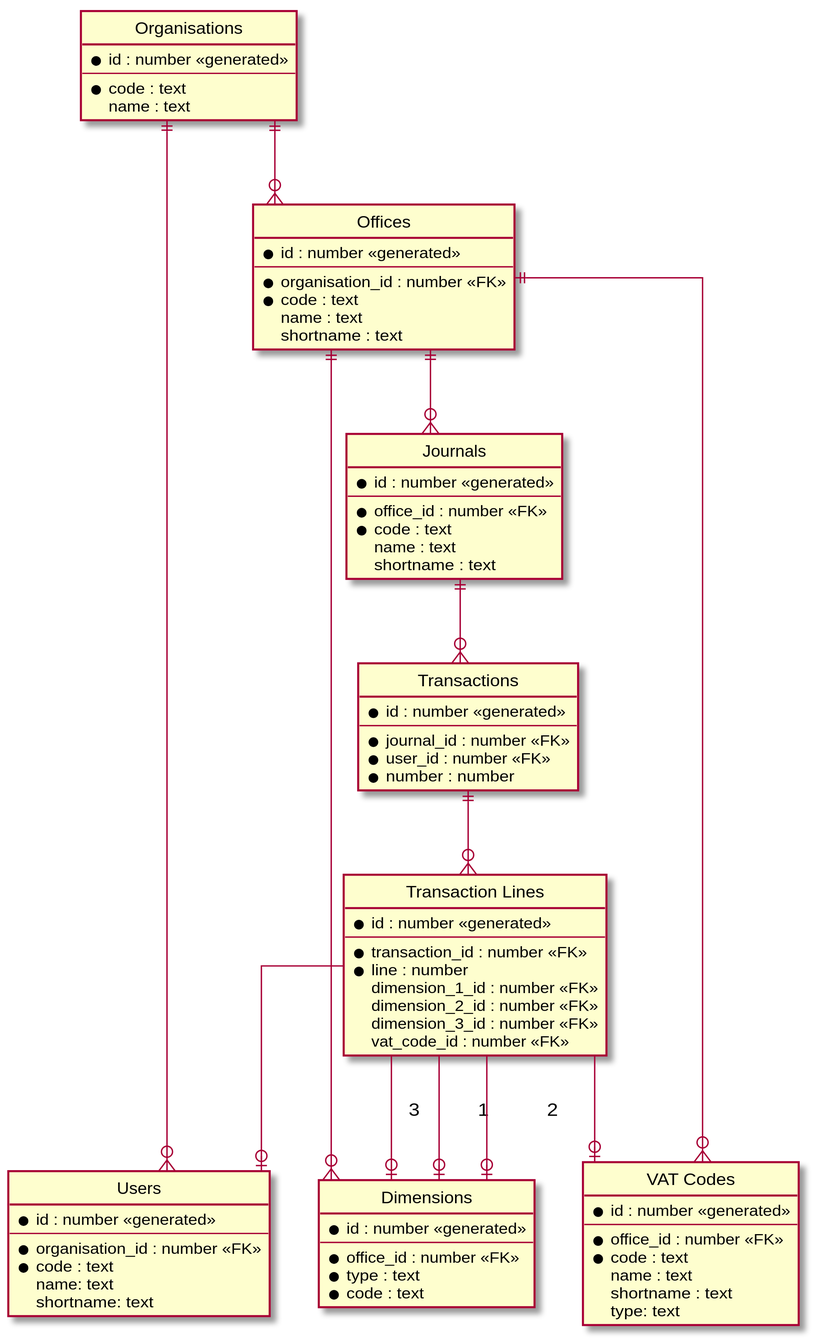
This is documentation/diagram.svg from wp-twinfield/wp-twinfield, a PlantUML export, as it was before one commit.
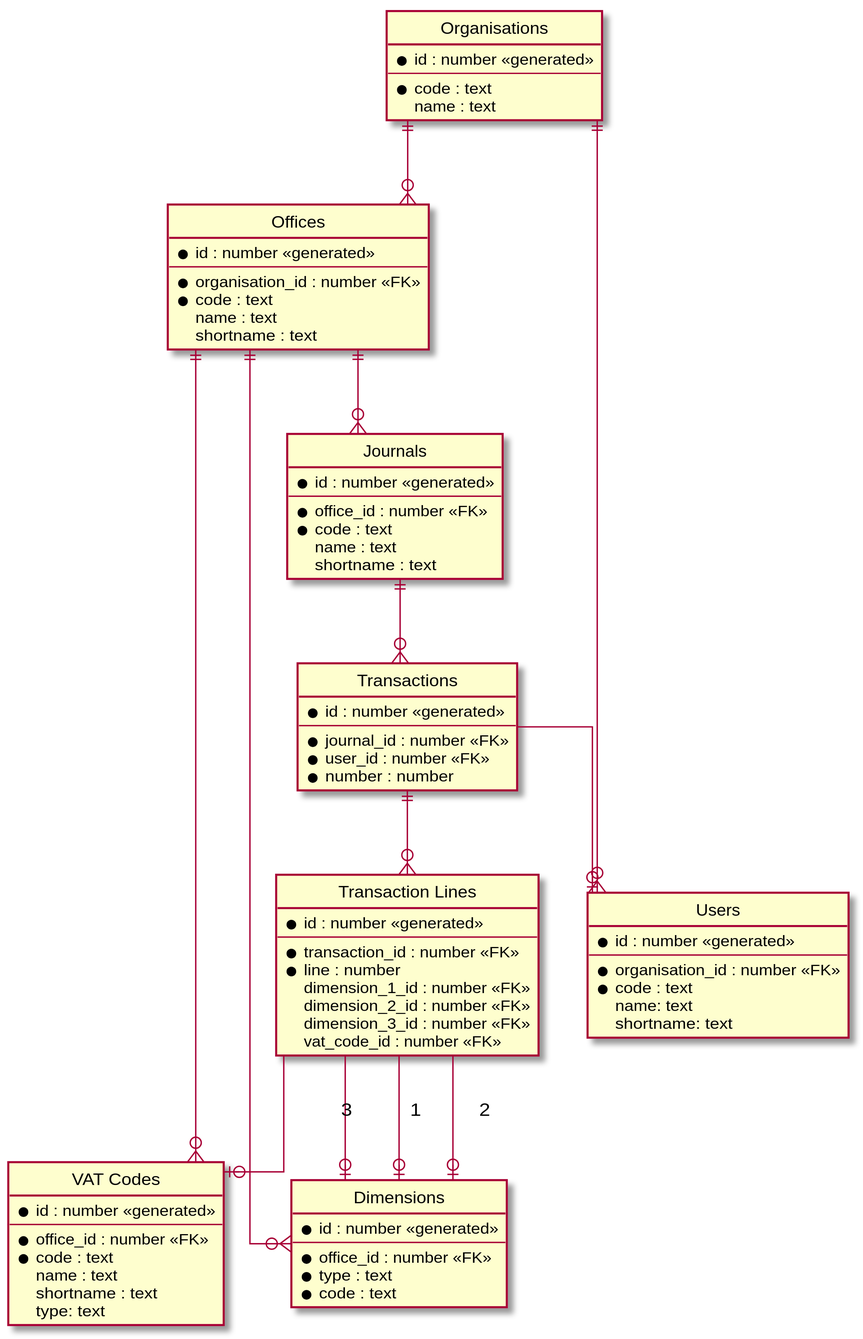
After the commit.

Commit message:
transaction --o| user

The edit, as a diff of the source:
```diff
@@ -84,7 +84,7 @@
 office ||--o{ vat_code
 journal ||--o{ transaction
 transaction ||--o{ transaction_line
-transaction_line --o| user
+transaction --o| user
 transaction_line --o| dimension : "1"
 transaction_line --o| dimension : "2"
 transaction_line --o| dimension : "3"
```
